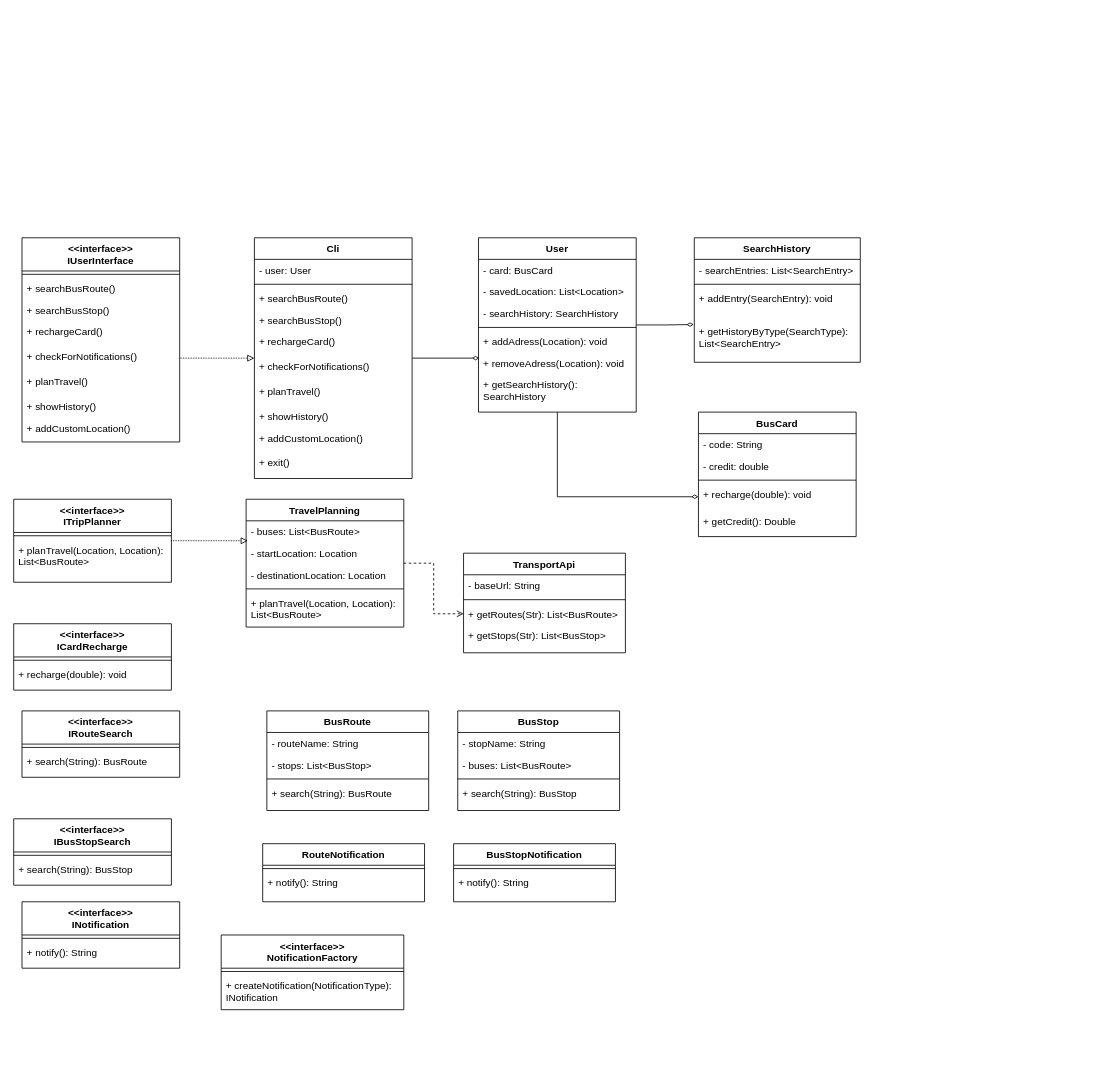
Before: page "Class" (2 of 3) of diagrams.drawio in ProyectoFinalSoftwareModeling/SmartCommute, a draw.io diagram. Source tidied: cells renumbered, new cells numbered last; positions are measured from the earlier drawing's top-left corner, leaving out a move shared by most shapes. Both pictures are drawn from the tidied source at 83%, with x=0, y=0 at pixel (13, 237).
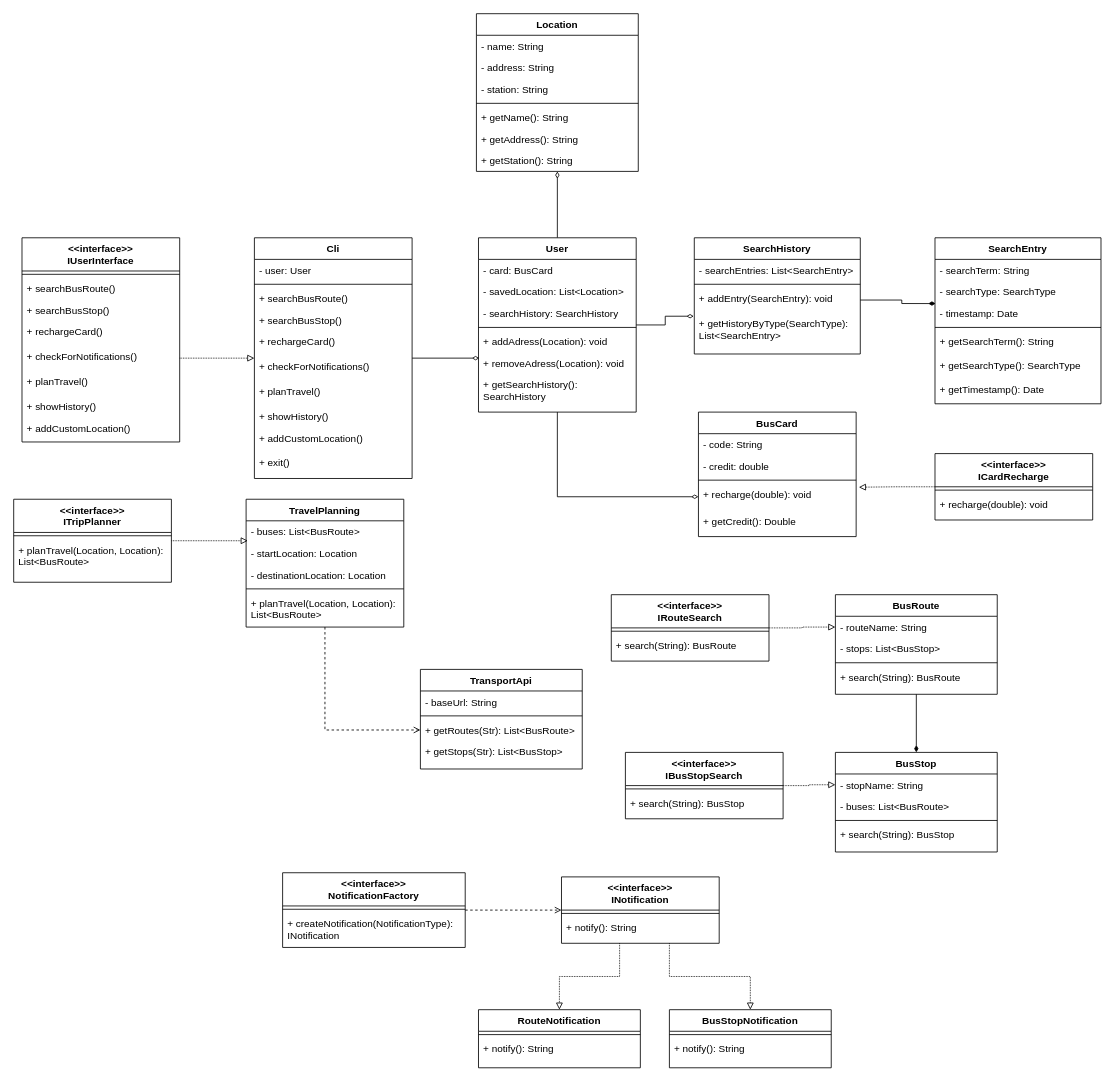
The same diagram, later.

Commit message:
ClassDiagram: Added NotificationFactory

Unchanged cells that the change refers to:
```xml
<mxCell id="3" value="User" style="swimlane;fontStyle=1;align=center;verticalAlign=top;horizontal=1;startSize=26;rounded=0;shadow=0;strokeWidth=1;" parent="1" vertex="1">
  <mxGeometry x="560" width="190" height="210" as="geometry" />
</mxCell>
<mxCell id="53" value="+ recharge(double): void" style="text;align=left;verticalAlign=top;spacingLeft=4;spacingRight=4;overflow=hidden;points=[[0,0.5],[1,0.5]];portConstraint=eastwest;" parent="49" vertex="1">
  <mxGeometry y="86" width="190" height="32" as="geometry" />
</mxCell>
<mxCell id="59" value="- routeName: String" style="text;align=left;verticalAlign=top;spacingLeft=4;spacingRight=4;overflow=hidden;points=[[0,0.5],[1,0.5]];portConstraint=eastwest;rounded=0;shadow=0;html=0;" parent="58" vertex="1">
  <mxGeometry y="26" width="195" height="26" as="geometry" />
</mxCell>
<mxCell id="67" value="- stopName: String" style="text;align=left;verticalAlign=top;spacingLeft=4;spacingRight=4;overflow=hidden;points=[[0,0.5],[1,0.5]];portConstraint=eastwest;rounded=0;shadow=0;html=0;" parent="66" vertex="1">
  <mxGeometry y="26" width="195" height="26" as="geometry" />
</mxCell>
```

Diff of the diagram source:
```diff
@@
+    <mxCell id="92" style="edgeStyle=orthogonalEdgeStyle;rounded=0;jettySize=auto;html=1;entryX=0.5;entryY=1;entryDx=0;entryDy=0;endArrow=diamondThin;endFill=0;" parent="1" edge="1" source="3" target="99">
+      <mxGeometry relative="1" as="geometry" />
+    </mxCell>
@@
     <mxCell id="41" value="SearchHistory" style="swimlane;fontStyle=1;align=center;verticalAlign=top;horizontal=1;startSize=26;rounded=0;shadow=0;strokeWidth=1;" parent="1" vertex="1">
-      <mxGeometry x="820" width="200" height="150" as="geometry" />
+      <mxGeometry x="820" width="200" height="140" as="geometry" />
     </mxCell>
@@
     <mxCell id="44" value="+ addEntry(SearchEntry): void" style="text;align=left;verticalAlign=top;spacingLeft=4;spacingRight=4;overflow=hidden;points=[[0,0.5],[1,0.5]];portConstraint=eastwest;" parent="41" vertex="1">
-      <mxGeometry y="60" width="200" height="40" as="geometry" />
+      <mxGeometry y="60" width="200" height="30" as="geometry" />
     </mxCell>
     <mxCell id="45" value="+ getHistoryByType(SearchType): &#10;List&lt;SearchEntry&gt;" style="text;align=left;verticalAlign=top;spacingLeft=4;spacingRight=4;overflow=hidden;points=[[0,0.5],[1,0.5]];portConstraint=eastwest;" parent="41" vertex="1">
-      <mxGeometry y="100" width="200" height="40" as="geometry" />
+      <mxGeometry y="90" width="200" height="40" as="geometry" />
     </mxCell>
     <mxCell id="46" value="&lt;&lt;interface&gt;&gt;&#10;ICardRecharge" style="swimlane;fontStyle=1;align=center;verticalAlign=top;horizontal=1;startSize=40;rounded=0;shadow=0;strokeWidth=1;" parent="1" vertex="1">
-      <mxGeometry y="465" width="190" height="80" as="geometry" />
+      <mxGeometry x="1110" y="260" width="190" height="80" as="geometry" />
     </mxCell>
@@
+    <mxCell id="93" style="edgeStyle=orthogonalEdgeStyle;rounded=0;jettySize=auto;html=1;entryX=0;entryY=0.5;entryDx=0;entryDy=0;endArrow=block;endFill=0;dashed=1;dashPattern=1 1;" parent="1" edge="1" source="55" target="59">
+      <mxGeometry relative="1" as="geometry" />
+    </mxCell>
     <mxCell id="55" value="&lt;&lt;interface&gt;&gt;&#10;IRouteSearch" style="swimlane;fontStyle=1;align=center;verticalAlign=top;horizontal=1;startSize=40;rounded=0;shadow=0;strokeWidth=1;" parent="1" vertex="1">
-      <mxGeometry x="10" y="570" width="190" height="80" as="geometry" />
+      <mxGeometry x="720" y="430" width="190" height="80" as="geometry" />
     </mxCell>
@@
+    <mxCell id="94" style="edgeStyle=orthogonalEdgeStyle;rounded=0;jettySize=auto;html=1;entryX=0.5;entryY=0;entryDx=0;entryDy=0;endArrow=diamondThin;endFill=1;" parent="1" edge="1" source="58" target="66">
+      <mxGeometry relative="1" as="geometry" />
+    </mxCell>
     <mxCell id="58" value="BusRoute" style="swimlane;fontStyle=1;align=center;verticalAlign=top;horizontal=1;startSize=26;rounded=0;shadow=0;strokeWidth=1;" parent="1" vertex="1">
-      <mxGeometry x="305" y="570" width="195" height="120" as="geometry" />
+      <mxGeometry x="990" y="430" width="195" height="120" as="geometry" />
     </mxCell>
@@
+    <mxCell id="95" style="edgeStyle=orthogonalEdgeStyle;rounded=0;jettySize=auto;html=1;entryX=0;entryY=0.5;entryDx=0;entryDy=0;endArrow=block;endFill=0;dashed=1;dashPattern=1 1;" parent="1" edge="1" source="63" target="67">
+      <mxGeometry relative="1" as="geometry" />
+    </mxCell>
     <mxCell id="63" value="&lt;&lt;interface&gt;&gt;&#10;IBusStopSearch" style="swimlane;fontStyle=1;align=center;verticalAlign=top;horizontal=1;startSize=40;rounded=0;shadow=0;strokeWidth=1;" parent="1" vertex="1">
-      <mxGeometry y="700" width="190" height="80" as="geometry" />
+      <mxGeometry x="737" y="620" width="190" height="80" as="geometry" />
     </mxCell>
@@
     <mxCell id="66" value="BusStop" style="swimlane;fontStyle=1;align=center;verticalAlign=top;horizontal=1;startSize=26;rounded=0;shadow=0;strokeWidth=1;" parent="1" vertex="1">
-      <mxGeometry x="535" y="570" width="195" height="120" as="geometry" />
+      <mxGeometry x="990" y="620" width="195" height="120" as="geometry" />
     </mxCell>
@@
+    <mxCell id="96" style="edgeStyle=orthogonalEdgeStyle;rounded=0;jettySize=auto;html=1;entryX=0.5;entryY=0;entryDx=0;entryDy=0;endArrow=block;endFill=0;dashed=1;dashPattern=1 1;" parent="1" edge="1" source="71" target="74">
+      <mxGeometry relative="1" as="geometry">
+        <Array as="points">
+          <mxPoint x="730" y="890" />
+          <mxPoint x="658" y="890" />
+        </Array>
+      </mxGeometry>
+    </mxCell>
+    <mxCell id="97" style="edgeStyle=orthogonalEdgeStyle;rounded=0;jettySize=auto;html=1;entryX=0.5;entryY=0;entryDx=0;entryDy=0;dashed=1;dashPattern=1 1;endArrow=block;endFill=0;" parent="1" edge="1" source="71" target="77">
+      <mxGeometry relative="1" as="geometry">
+        <Array as="points">
+          <mxPoint x="790" y="890" />
+          <mxPoint x="888" y="890" />
+        </Array>
+      </mxGeometry>
+    </mxCell>
     <mxCell id="71" value="&lt;&lt;interface&gt;&gt;&#10;INotification" style="swimlane;fontStyle=1;align=center;verticalAlign=top;horizontal=1;startSize=40;rounded=0;shadow=0;strokeWidth=1;" parent="1" vertex="1">
-      <mxGeometry x="10" y="800" width="190" height="80" as="geometry" />
+      <mxGeometry x="660" y="770" width="190" height="80" as="geometry" />
     </mxCell>
@@
     <mxCell id="74" value="RouteNotification" style="swimlane;fontStyle=1;align=center;verticalAlign=top;horizontal=1;startSize=26;rounded=0;shadow=0;strokeWidth=1;" parent="1" vertex="1">
-      <mxGeometry x="300" y="730" width="195" height="70" as="geometry" />
+      <mxGeometry x="560" y="930" width="195" height="70" as="geometry" />
     </mxCell>
@@
     <mxCell id="77" value="BusStopNotification" style="swimlane;fontStyle=1;align=center;verticalAlign=top;horizontal=1;startSize=26;rounded=0;shadow=0;strokeWidth=1;" parent="1" vertex="1">
-      <mxGeometry x="530" y="730" width="195" height="70" as="geometry" />
+      <mxGeometry x="790" y="930" width="195" height="70" as="geometry" />
     </mxCell>
@@
+    <mxCell id="98" style="edgeStyle=orthogonalEdgeStyle;rounded=0;jettySize=auto;html=1;entryX=0;entryY=0.5;entryDx=0;entryDy=0;dashed=1;endArrow=open;endFill=0;" parent="1" edge="1" source="80" target="71">
+      <mxGeometry relative="1" as="geometry" />
+    </mxCell>
     <mxCell id="80" value="&lt;&lt;interface&gt;&gt;&#10;NotificationFactory" style="swimlane;fontStyle=1;align=center;verticalAlign=top;horizontal=1;startSize=40;rounded=0;shadow=0;strokeWidth=1;" parent="1" vertex="1">
-      <mxGeometry x="250" y="840" width="220" height="90" as="geometry" />
+      <mxGeometry x="324" y="765" width="220" height="90" as="geometry" />
     </mxCell>
@@
     <mxCell id="86" value="TransportApi" style="swimlane;fontStyle=1;align=center;verticalAlign=top;horizontal=1;startSize=26;rounded=0;shadow=0;strokeWidth=1;" parent="1" vertex="1">
-      <mxGeometry x="542" y="380" width="195" height="120" as="geometry" />
+      <mxGeometry x="490" y="520" width="195" height="120" as="geometry" />
     </mxCell>
@@
+    <mxCell id="99" value="Location" style="swimlane;fontStyle=1;align=center;verticalAlign=top;horizontal=1;startSize=26;rounded=0;shadow=0;strokeWidth=1;" parent="1" vertex="1">
+      <mxGeometry x="557.5" y="-270" width="195" height="190" as="geometry" />
+    </mxCell>
+    <mxCell id="100" value="- name: String" style="text;align=left;verticalAlign=top;spacingLeft=4;spacingRight=4;overflow=hidden;rounded=0;shadow=0;html=0;" parent="99" vertex="1">
+      <mxGeometry y="26" width="195" height="26" as="geometry" />
+    </mxCell>
+    <mxCell id="101" value="- address: String" style="text;align=left;verticalAlign=top;spacingLeft=4;spacingRight=4;overflow=hidden;rounded=0;shadow=0;html=0;" parent="99" vertex="1">
+      <mxGeometry y="52" width="195" height="26" as="geometry" />
+    </mxCell>
+    <mxCell id="102" value="- station: String" style="text;align=left;verticalAlign=top;spacingLeft=4;spacingRight=4;overflow=hidden;rounded=0;shadow=0;html=0;" parent="99" vertex="1">
+      <mxGeometry y="78" width="195" height="26" as="geometry" />
+    </mxCell>
+    <mxCell id="103" style="line;html=1;strokeWidth=1;align=left;verticalAlign=middle;spacingTop=-1;spacingLeft=3;spacingRight=3;labelPosition=right;" parent="99" vertex="1">
+      <mxGeometry y="104" width="195" height="8" as="geometry" />
+    </mxCell>
+    <mxCell id="104" value="+ getName(): String" style="text;align=left;verticalAlign=top;spacingLeft=4;spacingRight=4;overflow=hidden;rounded=0;shadow=0;html=0;" parent="99" vertex="1">
+      <mxGeometry y="112" width="195" height="26" as="geometry" />
+    </mxCell>
+    <mxCell id="105" value="+ getAddress(): String" style="text;align=left;verticalAlign=top;spacingLeft=4;spacingRight=4;overflow=hidden;rounded=0;shadow=0;html=0;" parent="99" vertex="1">
+      <mxGeometry y="138" width="195" height="26" as="geometry" />
+    </mxCell>
+    <mxCell id="106" value="+ getStation(): String" style="text;align=left;verticalAlign=top;spacingLeft=4;spacingRight=4;overflow=hidden;rounded=0;shadow=0;html=0;" parent="99" vertex="1">
+      <mxGeometry y="164" width="195" height="26" as="geometry" />
+    </mxCell>
+    <mxCell id="107" value="SearchEntry" style="swimlane;fontStyle=1;align=center;verticalAlign=top;horizontal=1;startSize=26;rounded=0;shadow=0;strokeWidth=1;" parent="1" vertex="1">
+      <mxGeometry x="1110" width="200" height="200" as="geometry" />
+    </mxCell>
+    <mxCell id="108" value="- searchTerm: String" style="text;align=left;verticalAlign=top;spacingLeft=4;spacingRight=4;overflow=hidden;rounded=0;shadow=0;html=0;" parent="107" vertex="1">
+      <mxGeometry y="26" width="200" height="26" as="geometry" />
+    </mxCell>
+    <mxCell id="109" value="- searchType: SearchType" style="text;align=left;verticalAlign=top;spacingLeft=4;spacingRight=4;overflow=hidden;rounded=0;shadow=0;html=0;" parent="107" vertex="1">
+      <mxGeometry y="52" width="200" height="26" as="geometry" />
+    </mxCell>
+    <mxCell id="110" value="- timestamp: Date" style="text;align=left;verticalAlign=top;spacingLeft=4;spacingRight=4;overflow=hidden;points=[[0,0.5],[1,0.5]];portConstraint=eastwest;rounded=0;shadow=0;html=0;" parent="107" vertex="1">
+      <mxGeometry y="78" width="200" height="26" as="geometry" />
+    </mxCell>
+    <mxCell id="111" style="line;html=1;strokeWidth=1;align=left;verticalAlign=middle;spacingTop=-1;spacingLeft=3;spacingRight=3;labelPosition=right;" parent="107" vertex="1">
+      <mxGeometry y="104" width="200" height="8" as="geometry" />
+    </mxCell>
+    <mxCell id="112" value="+ getSearchTerm(): String" style="text;align=left;verticalAlign=top;spacingLeft=4;spacingRight=4;overflow=hidden;" parent="107" vertex="1">
+      <mxGeometry y="112" width="200" height="28" as="geometry" />
+    </mxCell>
+    <mxCell id="113" value="+ getSearchType(): SearchType" style="text;align=left;verticalAlign=top;spacingLeft=4;spacingRight=4;overflow=hidden;" parent="107" vertex="1">
+      <mxGeometry y="140" width="200" height="30" as="geometry" />
+    </mxCell>
+    <mxCell id="114" value="+ getTimestamp(): Date&#10;" style="text;align=left;verticalAlign=top;spacingLeft=4;spacingRight=4;overflow=hidden;" parent="107" vertex="1">
+      <mxGeometry y="170" width="200" height="30" as="geometry" />
+    </mxCell>
+    <mxCell id="115" style="edgeStyle=orthogonalEdgeStyle;rounded=0;jettySize=auto;html=1;entryX=0.004;entryY=0.048;entryDx=0;entryDy=0;entryPerimeter=0;endArrow=diamondThin;endFill=1;" parent="1" edge="1" source="44" target="110">
+      <mxGeometry relative="1" as="geometry">
+        <Array as="points">
+          <mxPoint x="1070" y="75" />
+          <mxPoint x="1070" y="79" />
+        </Array>
+      </mxGeometry>
+    </mxCell>
+    <mxCell id="116" style="edgeStyle=orthogonalEdgeStyle;rounded=0;jettySize=auto;html=1;entryX=1.017;entryY=0.141;entryDx=0;entryDy=0;entryPerimeter=0;endArrow=block;endFill=0;dashed=1;dashPattern=1 1;" parent="1" edge="1" source="46" target="53">
+      <mxGeometry relative="1" as="geometry" />
+    </mxCell>
```
